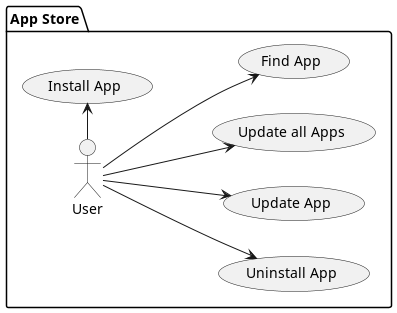
The PlantUML diagram build/appstore_usecases-0.png in notfirefox/swea-project, before a commit.
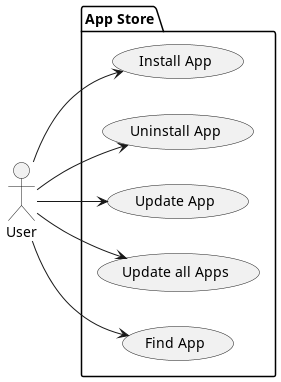
After the commit.

What changed in the source:
```diff
@@ -1,8 +1,9 @@
 @startuml
+
+actor User as user
 
 package "App Store" {
     left to right direction
-    actor User as user
 
     usecase "Install App" as install
     usecase "Uninstall App" as uninstall
```
